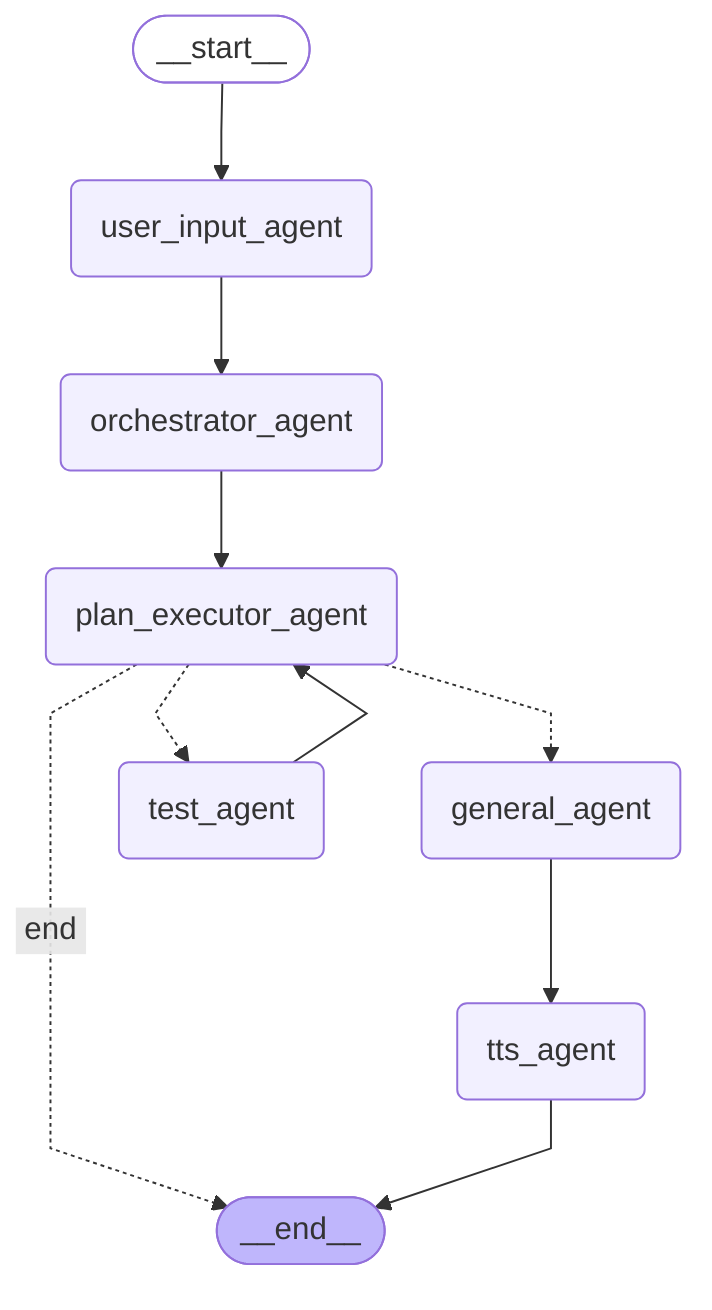
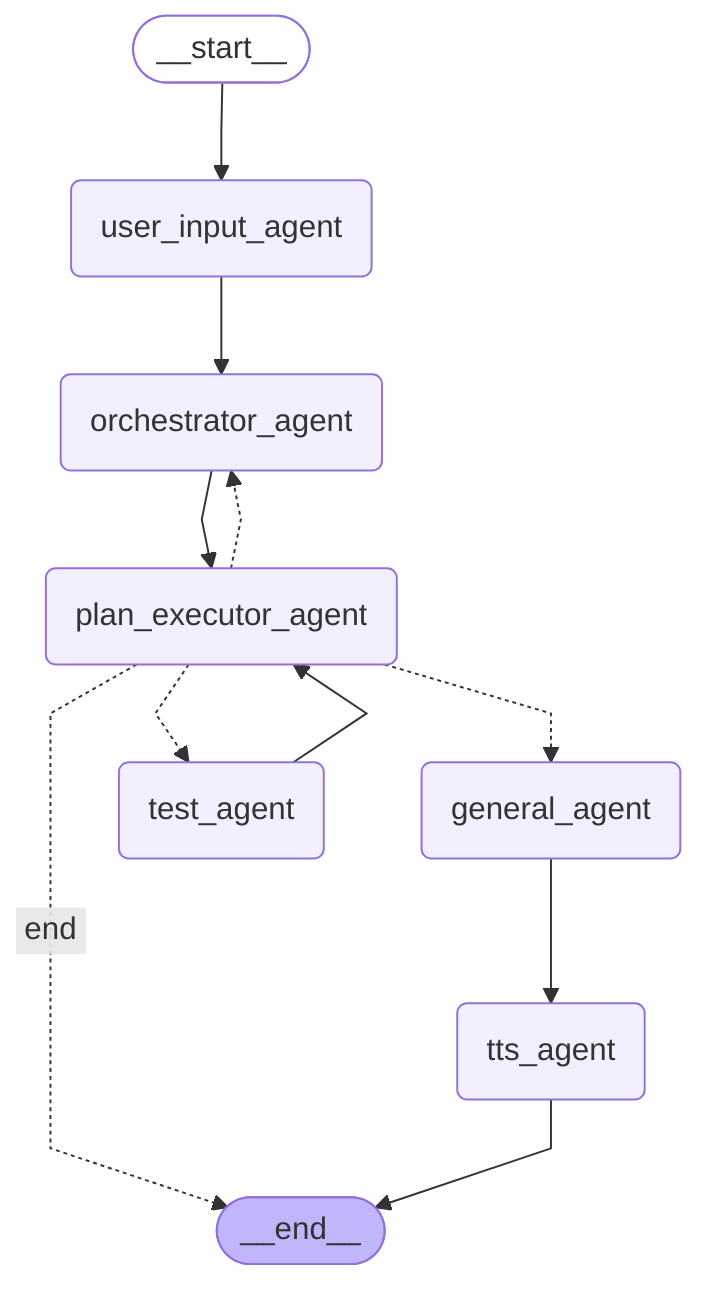
---
config:
  flowchart:
    curve: linear
---
graph TD;
	__start__([<p>__start__</p>]):::first
	orchestrator_agent(orchestrator_agent)
	plan_executor_agent(plan_executor_agent)
	user_input_agent(user_input_agent)
	general_agent(general_agent)
	tts_agent(tts_agent)
	test_agent(test_agent)
	__end__([<p>__end__</p>]):::last
	__start__ --> user_input_agent;
	general_agent --> tts_agent;
	orchestrator_agent --> plan_executor_agent;
	plan_executor_agent -. &nbsp;end&nbsp; .-> __end__;
	plan_executor_agent -.-> general_agent;
+ 	plan_executor_agent -.-> orchestrator_agent;
	plan_executor_agent -.-> test_agent;
	test_agent --> plan_executor_agent;
	user_input_agent --> orchestrator_agent;
	tts_agent --> __end__;
	classDef default fill:#f2f0ff,line-height:1.2
	classDef first fill-opacity:0
	classDef last fill:#bfb6fc
